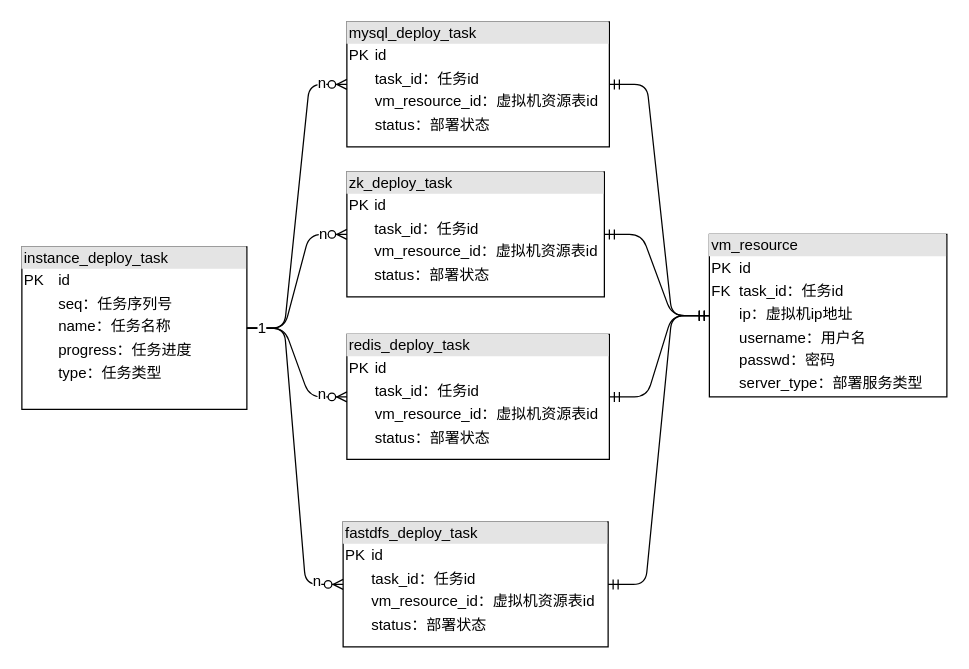
The draw.io diagram page "数据库设计" (3 of 3) of SAAS自动部署.drawio in iceAcmen/myDesign, before the edit. Source tidied: cells renumbered, new cells numbered last; positions are measured from the earlier drawing's top-left corner, leaving out a move shared by most shapes. Both pictures are drawn from the tidied source at 125%, with x=0, y=0 at pixel (21, 21).
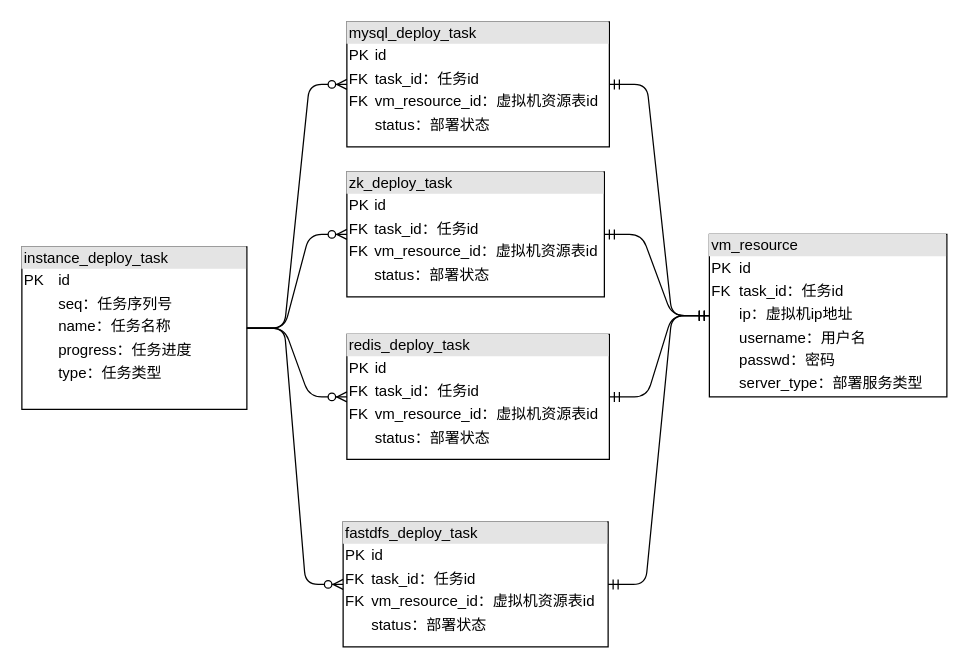
Above is the later version.

The change refers to these unchanged cells:
```xml
<mxCell id="8" style="edgeStyle=entityRelationEdgeStyle;fontSize=12;html=1;endArrow=ERzeroToMany;endFill=1;exitX=1;exitY=0.5;exitDx=0;exitDy=0;" parent="1" edge="1" source="2" target="3">
  <mxGeometry relative="1" as="geometry" />
</mxCell>
<mxCell id="10" style="edgeStyle=entityRelationEdgeStyle;fontSize=12;html=1;endArrow=ERzeroToMany;endFill=1;" parent="1" edge="1" source="2" target="6">
  <mxGeometry relative="1" as="geometry" />
</mxCell>
<mxCell id="12" style="edgeStyle=entityRelationEdgeStyle;fontSize=12;html=1;endArrow=ERzeroToMany;endFill=1;" parent="1" edge="1" source="2" target="5">
  <mxGeometry relative="1" as="geometry" />
</mxCell>
<mxCell id="14" style="edgeStyle=entityRelationEdgeStyle;fontSize=12;html=1;endArrow=ERzeroToMany;endFill=1;" parent="1" edge="1" source="2" target="7">
  <mxGeometry relative="1" as="geometry" />
</mxCell>
```

What changed in the source:
```diff
@@
-    <mxCell id="3" value="&lt;div style=&quot;box-sizing: border-box ; width: 100% ; background: #e4e4e4 ; padding: 2px&quot;&gt;mysql_deploy_task&lt;/div&gt;&lt;table style=&quot;width: 100% ; font-size: 1em&quot; cellpadding=&quot;2&quot; cellspacing=&quot;0&quot;&gt;&lt;tbody&gt;&lt;tr&gt;&lt;td&gt;PK&lt;/td&gt;&lt;td&gt;id&lt;/td&gt;&lt;/tr&gt;&lt;tr&gt;&lt;td&gt;&lt;br&gt;&lt;/td&gt;&lt;td&gt;task_id：任务id&lt;/td&gt;&lt;/tr&gt;&lt;tr&gt;&lt;td&gt;&lt;br&gt;&lt;/td&gt;&lt;td&gt;vm_resource_id：虚拟机资源表id&lt;/td&gt;&lt;/tr&gt;&lt;tr&gt;&lt;td&gt;&lt;br&gt;&lt;/td&gt;&lt;td&gt;status：部署状态&lt;/td&gt;&lt;/tr&gt;&lt;/tbody&gt;&lt;/table&gt;" style="verticalAlign=top;align=left;overflow=fill;html=1;" parent="1" vertex="1">
+    <mxCell id="3" value="&lt;div style=&quot;box-sizing: border-box ; width: 100% ; background: #e4e4e4 ; padding: 2px&quot;&gt;mysql_deploy_task&lt;/div&gt;&lt;table style=&quot;width: 100% ; font-size: 1em&quot; cellpadding=&quot;2&quot; cellspacing=&quot;0&quot;&gt;&lt;tbody&gt;&lt;tr&gt;&lt;td&gt;PK&lt;/td&gt;&lt;td&gt;id&lt;/td&gt;&lt;/tr&gt;&lt;tr&gt;&lt;td&gt;FK&lt;/td&gt;&lt;td&gt;task_id：任务id&lt;/td&gt;&lt;/tr&gt;&lt;tr&gt;&lt;td&gt;FK&lt;br&gt;&lt;/td&gt;&lt;td&gt;vm_resource_id：虚拟机资源表id&lt;/td&gt;&lt;/tr&gt;&lt;tr&gt;&lt;td&gt;&lt;br&gt;&lt;/td&gt;&lt;td&gt;status：部署状态&lt;/td&gt;&lt;/tr&gt;&lt;/tbody&gt;&lt;/table&gt;" style="verticalAlign=top;align=left;overflow=fill;html=1;" parent="1" vertex="1">
       <mxGeometry x="260" width="210" height="100" as="geometry" />
     </mxCell>
@@
-    <mxCell id="5" value="&lt;div style=&quot;box-sizing: border-box ; width: 100% ; background: #e4e4e4 ; padding: 2px&quot;&gt;redis_deploy_task&lt;/div&gt;&lt;table style=&quot;width: 100% ; font-size: 1em&quot; cellpadding=&quot;2&quot; cellspacing=&quot;0&quot;&gt;&lt;tbody&gt;&lt;tr&gt;&lt;td&gt;PK&lt;/td&gt;&lt;td&gt;id&lt;/td&gt;&lt;/tr&gt;&lt;tr&gt;&lt;td&gt;&lt;br&gt;&lt;/td&gt;&lt;td&gt;task_id：任务id&lt;/td&gt;&lt;/tr&gt;&lt;tr&gt;&lt;td&gt;&lt;br&gt;&lt;/td&gt;&lt;td&gt;vm_resource_id：虚拟机资源表id&lt;/td&gt;&lt;/tr&gt;&lt;tr&gt;&lt;td&gt;&lt;br&gt;&lt;/td&gt;&lt;td&gt;status：部署状态&lt;/td&gt;&lt;/tr&gt;&lt;/tbody&gt;&lt;/table&gt;" style="verticalAlign=top;align=left;overflow=fill;html=1;" parent="1" vertex="1">
+    <mxCell id="5" value="&lt;div style=&quot;box-sizing: border-box ; width: 100% ; background: #e4e4e4 ; padding: 2px&quot;&gt;redis_deploy_task&lt;/div&gt;&lt;table style=&quot;width: 100% ; font-size: 1em&quot; cellpadding=&quot;2&quot; cellspacing=&quot;0&quot;&gt;&lt;tbody&gt;&lt;tr&gt;&lt;td&gt;PK&lt;/td&gt;&lt;td&gt;id&lt;/td&gt;&lt;/tr&gt;&lt;tr&gt;&lt;td&gt;FK&lt;br&gt;&lt;/td&gt;&lt;td&gt;task_id：任务id&lt;/td&gt;&lt;/tr&gt;&lt;tr&gt;&lt;td&gt;FK&lt;br&gt;&lt;/td&gt;&lt;td&gt;vm_resource_id：虚拟机资源表id&lt;/td&gt;&lt;/tr&gt;&lt;tr&gt;&lt;td&gt;&lt;br&gt;&lt;/td&gt;&lt;td&gt;status：部署状态&lt;/td&gt;&lt;/tr&gt;&lt;/tbody&gt;&lt;/table&gt;" style="verticalAlign=top;align=left;overflow=fill;html=1;" parent="1" vertex="1">
       <mxGeometry x="260" y="250" width="210" height="100" as="geometry" />
     </mxCell>
-    <mxCell id="6" value="&lt;div style=&quot;box-sizing: border-box ; width: 100% ; background: #e4e4e4 ; padding: 2px&quot;&gt;zk_deploy_task&lt;/div&gt;&lt;table style=&quot;width: 100% ; font-size: 1em&quot; cellpadding=&quot;2&quot; cellspacing=&quot;0&quot;&gt;&lt;tbody&gt;&lt;tr&gt;&lt;td&gt;PK&lt;/td&gt;&lt;td&gt;id&lt;/td&gt;&lt;/tr&gt;&lt;tr&gt;&lt;td&gt;&lt;br&gt;&lt;/td&gt;&lt;td&gt;task_id：任务id&lt;/td&gt;&lt;/tr&gt;&lt;tr&gt;&lt;td&gt;&lt;br&gt;&lt;/td&gt;&lt;td&gt;vm_resource_id：虚拟机资源表id&lt;/td&gt;&lt;/tr&gt;&lt;tr&gt;&lt;td&gt;&lt;br&gt;&lt;/td&gt;&lt;td&gt;status：部署状态&lt;/td&gt;&lt;/tr&gt;&lt;/tbody&gt;&lt;/table&gt;" style="verticalAlign=top;align=left;overflow=fill;html=1;" parent="1" vertex="1">
+    <mxCell id="6" value="&lt;div style=&quot;box-sizing: border-box ; width: 100% ; background: #e4e4e4 ; padding: 2px&quot;&gt;zk_deploy_task&lt;/div&gt;&lt;table style=&quot;width: 100% ; font-size: 1em&quot; cellpadding=&quot;2&quot; cellspacing=&quot;0&quot;&gt;&lt;tbody&gt;&lt;tr&gt;&lt;td&gt;PK&lt;/td&gt;&lt;td&gt;id&lt;/td&gt;&lt;/tr&gt;&lt;tr&gt;&lt;td&gt;FK&lt;br&gt;&lt;/td&gt;&lt;td&gt;task_id：任务id&lt;/td&gt;&lt;/tr&gt;&lt;tr&gt;&lt;td&gt;FK&lt;br&gt;&lt;/td&gt;&lt;td&gt;vm_resource_id：虚拟机资源表id&lt;/td&gt;&lt;/tr&gt;&lt;tr&gt;&lt;td&gt;&lt;br&gt;&lt;/td&gt;&lt;td&gt;status：部署状态&lt;/td&gt;&lt;/tr&gt;&lt;/tbody&gt;&lt;/table&gt;" style="verticalAlign=top;align=left;overflow=fill;html=1;" parent="1" vertex="1">
       <mxGeometry x="260" y="120" width="206" height="100" as="geometry" />
     </mxCell>
-    <mxCell id="7" value="&lt;div style=&quot;box-sizing: border-box ; width: 100% ; background: #e4e4e4 ; padding: 2px&quot;&gt;fastdfs_deploy_task&lt;/div&gt;&lt;table style=&quot;width: 100% ; font-size: 1em&quot; cellpadding=&quot;2&quot; cellspacing=&quot;0&quot;&gt;&lt;tbody&gt;&lt;tr&gt;&lt;td&gt;PK&lt;/td&gt;&lt;td&gt;id&lt;/td&gt;&lt;/tr&gt;&lt;tr&gt;&lt;td&gt;&lt;br&gt;&lt;/td&gt;&lt;td&gt;task_id：任务id&lt;/td&gt;&lt;/tr&gt;&lt;tr&gt;&lt;td&gt;&lt;br&gt;&lt;/td&gt;&lt;td&gt;vm_resource_id：虚拟机资源表id&lt;/td&gt;&lt;/tr&gt;&lt;tr&gt;&lt;td&gt;&lt;br&gt;&lt;/td&gt;&lt;td&gt;status：部署状态&lt;/td&gt;&lt;/tr&gt;&lt;/tbody&gt;&lt;/table&gt;" style="verticalAlign=top;align=left;overflow=fill;html=1;" parent="1" vertex="1">
+    <mxCell id="7" value="&lt;div style=&quot;box-sizing: border-box ; width: 100% ; background: #e4e4e4 ; padding: 2px&quot;&gt;fastdfs_deploy_task&lt;/div&gt;&lt;table style=&quot;width: 100% ; font-size: 1em&quot; cellpadding=&quot;2&quot; cellspacing=&quot;0&quot;&gt;&lt;tbody&gt;&lt;tr&gt;&lt;td&gt;PK&lt;/td&gt;&lt;td&gt;id&lt;/td&gt;&lt;/tr&gt;&lt;tr&gt;&lt;td&gt;FK&lt;br&gt;&lt;/td&gt;&lt;td&gt;task_id：任务id&lt;/td&gt;&lt;/tr&gt;&lt;tr&gt;&lt;td&gt;FK&lt;br&gt;&lt;/td&gt;&lt;td&gt;vm_resource_id：虚拟机资源表id&lt;/td&gt;&lt;/tr&gt;&lt;tr&gt;&lt;td&gt;&lt;br&gt;&lt;/td&gt;&lt;td&gt;status：部署状态&lt;/td&gt;&lt;/tr&gt;&lt;/tbody&gt;&lt;/table&gt;" style="verticalAlign=top;align=left;overflow=fill;html=1;" parent="1" vertex="1">
       <mxGeometry x="257" y="400" width="212" height="100" as="geometry" />
     </mxCell>
@@
-    <mxCell id="9" value="n" style="text;html=1;align=center;verticalAlign=middle;labelBackgroundColor=#ffffff;" parent="8" vertex="1">
-      <mxGeometry x="0.84" relative="1" as="geometry">
-        <mxPoint y="-2" as="offset" />
-      </mxGeometry>
-    </mxCell>
@@
-    <mxCell id="11" value="n" style="text;html=1;align=center;verticalAlign=middle;labelBackgroundColor=#ffffff;" parent="10" vertex="1">
-      <mxGeometry x="0.71" y="-1" relative="1" as="geometry">
-        <mxPoint y="-2" as="offset" />
-      </mxGeometry>
-    </mxCell>
@@
-    <mxCell id="13" value="n" style="text;html=1;align=center;verticalAlign=middle;labelBackgroundColor=#ffffff;" parent="12" vertex="1">
-      <mxGeometry x="0.65" y="-1" relative="1" as="geometry">
-        <mxPoint y="-4" as="offset" />
-      </mxGeometry>
-    </mxCell>
@@
-    <mxCell id="15" value="1" style="text;html=1;align=center;verticalAlign=middle;labelBackgroundColor=#ffffff;" parent="14" vertex="1">
-      <mxGeometry x="-0.92" y="-1" relative="1" as="geometry">
-        <mxPoint y="-2" as="offset" />
-      </mxGeometry>
-    </mxCell>
-    <mxCell id="16" value="n" style="text;html=1;align=center;verticalAlign=middle;labelBackgroundColor=#ffffff;" parent="14" vertex="1">
-      <mxGeometry x="0.84" y="1" relative="1" as="geometry">
-        <mxPoint y="-2" as="offset" />
-      </mxGeometry>
-    </mxCell>
```
